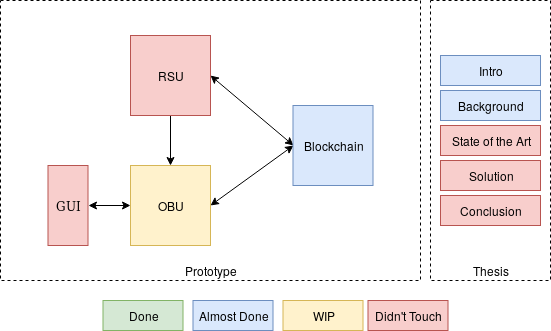
LudeeD/LudeeD.github.io keeps this draw.io diagram as Diagram.png. Above is the earlier version. Source tidied: cells renumbered, new cells last; positions are measured from the earlier drawing's top-left corner, leaving out a move shared by most shapes. Its diagram source:
```xml
<mxGraphModel>
  <root>
    <mxCell id="0" />
    <mxCell id="1" parent="0" />
    <mxCell id="2" value="Done" style="rounded=0;whiteSpace=wrap;html=1;fillColor=#d5e8d4;strokeColor=#82b366;" parent="1" vertex="1">
      <mxGeometry x="102.5" y="300" width="80" height="30" as="geometry" />
    </mxCell>
    <mxCell id="3" value="Almost Done" style="rounded=0;whiteSpace=wrap;html=1;fillColor=#dae8fc;strokeColor=#6c8ebf;" parent="1" vertex="1">
      <mxGeometry x="192.5" y="300" width="80" height="30" as="geometry" />
    </mxCell>
    <mxCell id="4" value="WIP" style="rounded=0;whiteSpace=wrap;html=1;fillColor=#fff2cc;strokeColor=#d6b656;" parent="1" vertex="1">
      <mxGeometry x="282.5" y="300" width="80" height="30" as="geometry" />
    </mxCell>
    <mxCell id="5" value="Didn't Touch" style="rounded=0;whiteSpace=wrap;html=1;fillColor=#f8cecc;strokeColor=#b85450;" parent="1" vertex="1">
      <mxGeometry x="367.5" y="300" width="80" height="30" as="geometry" />
    </mxCell>
    <mxCell id="6" value="Prototype" style="rounded=0;whiteSpace=wrap;html=1;dashed=1;verticalAlign=bottom;" parent="1" vertex="1">
      <mxGeometry width="420" height="280" as="geometry" />
    </mxCell>
    <mxCell id="7" style="edgeStyle=orthogonalEdgeStyle;rounded=0;jettySize=auto;html=1;exitX=1;exitY=0.5;exitDx=0;exitDy=0;entryX=0;entryY=0.5;entryDx=0;entryDy=0;startArrow=classic;startFill=1;" parent="1" edge="1" source="8" target="10">
      <mxGeometry relative="1" as="geometry" />
    </mxCell>
    <mxCell id="8" value="&lt;font face=&quot;Lucida Console&quot;&gt;GUI&lt;/font&gt;" style="rounded=0;whiteSpace=wrap;html=1;fillColor=#f8cecc;strokeColor=#b85450;" parent="1" vertex="1">
      <mxGeometry x="47.5" y="165" width="40" height="80" as="geometry" />
    </mxCell>
    <mxCell id="9" style="rounded=0;jettySize=auto;html=1;exitX=1;exitY=0.5;exitDx=0;exitDy=0;entryX=0;entryY=0.5;entryDx=0;entryDy=0;startArrow=classic;startFill=1;" parent="1" edge="1" source="10" target="14">
      <mxGeometry relative="1" as="geometry" />
    </mxCell>
    <mxCell id="10" value="OBU" style="rounded=0;whiteSpace=wrap;html=1;fillColor=#fff2cc;strokeColor=#d6b656;" parent="1" vertex="1">
      <mxGeometry x="130" y="165" width="80" height="80" as="geometry" />
    </mxCell>
    <mxCell id="11" style="edgeStyle=none;rounded=0;jettySize=auto;html=1;exitX=1;exitY=0.5;exitDx=0;exitDy=0;entryX=0;entryY=0.5;entryDx=0;entryDy=0;startArrow=classic;startFill=1;" parent="1" edge="1" source="13" target="14">
      <mxGeometry relative="1" as="geometry" />
    </mxCell>
    <mxCell id="12" style="edgeStyle=none;rounded=0;jettySize=auto;html=1;exitX=0.5;exitY=1;exitDx=0;exitDy=0;entryX=0.5;entryY=0;entryDx=0;entryDy=0;startArrow=none;startFill=0;" parent="1" edge="1" source="13" target="10">
      <mxGeometry relative="1" as="geometry" />
    </mxCell>
    <mxCell id="13" value="RSU" style="rounded=0;whiteSpace=wrap;html=1;fillColor=#f8cecc;strokeColor=#b85450;" parent="1" vertex="1">
      <mxGeometry x="130" y="35" width="80" height="80" as="geometry" />
    </mxCell>
    <mxCell id="14" value="Blockchain" style="rounded=0;whiteSpace=wrap;html=1;fillColor=#dae8fc;strokeColor=#6c8ebf;" parent="1" vertex="1">
      <mxGeometry x="292.5" y="105" width="80" height="80" as="geometry" />
    </mxCell>
    <mxCell id="15" value="Thesis " style="rounded=0;whiteSpace=wrap;html=1;dashed=1;verticalAlign=bottom;" parent="1" vertex="1">
      <mxGeometry x="430" width="120" height="280" as="geometry" />
    </mxCell>
    <mxCell id="16" value="Intro" style="rounded=0;whiteSpace=wrap;html=1;fillColor=#dae8fc;strokeColor=#6c8ebf;" parent="1" vertex="1">
      <mxGeometry x="440" y="55" width="100" height="30" as="geometry" />
    </mxCell>
    <mxCell id="17" value="Background" style="rounded=0;whiteSpace=wrap;html=1;fillColor=#dae8fc;strokeColor=#6c8ebf;" parent="1" vertex="1">
      <mxGeometry x="440" y="90" width="100" height="30" as="geometry" />
    </mxCell>
    <mxCell id="18" value="State of the Art" style="rounded=0;whiteSpace=wrap;html=1;fillColor=#f8cecc;strokeColor=#b85450;" parent="1" vertex="1">
      <mxGeometry x="440" y="125" width="100" height="30" as="geometry" />
    </mxCell>
    <mxCell id="19" value="Solution" style="rounded=0;whiteSpace=wrap;html=1;fillColor=#f8cecc;strokeColor=#b85450;" parent="1" vertex="1">
      <mxGeometry x="440" y="160" width="100" height="30" as="geometry" />
    </mxCell>
    <mxCell id="20" value="&lt;div&gt;Conclusion&lt;/div&gt;" style="rounded=0;whiteSpace=wrap;html=1;fillColor=#f8cecc;strokeColor=#b85450;" parent="1" vertex="1">
      <mxGeometry x="440" y="195" width="100" height="30" as="geometry" />
    </mxCell>
  </root>
</mxGraphModel>
```
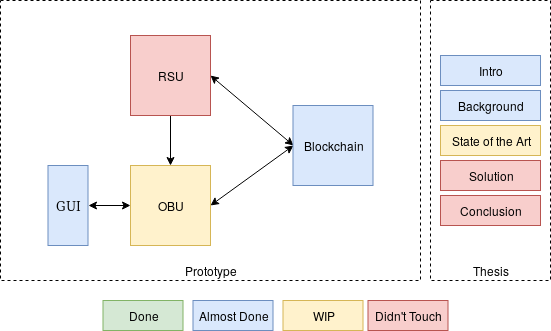
The same diagram one commit later.

Commit message:
update thesis status

Change to the diagram source:
```diff
@@ -20,7 +20,7 @@
     <mxCell id="7" style="edgeStyle=orthogonalEdgeStyle;rounded=0;jettySize=auto;html=1;exitX=1;exitY=0.5;exitDx=0;exitDy=0;entryX=0;entryY=0.5;entryDx=0;entryDy=0;startArrow=classic;startFill=1;" parent="1" edge="1" source="8" target="10">
       <mxGeometry relative="1" as="geometry" />
     </mxCell>
-    <mxCell id="8" value="&lt;font face=&quot;Lucida Console&quot;&gt;GUI&lt;/font&gt;" style="rounded=0;whiteSpace=wrap;html=1;fillColor=#f8cecc;strokeColor=#b85450;" parent="1" vertex="1">
+    <mxCell id="8" value="&lt;font face=&quot;Lucida Console&quot;&gt;GUI&lt;/font&gt;" style="rounded=0;whiteSpace=wrap;html=1;fillColor=#dae8fc;strokeColor=#6c8ebf;" parent="1" vertex="1">
       <mxGeometry x="47.5" y="165" width="40" height="80" as="geometry" />
     </mxCell>
     <mxCell id="9" style="rounded=0;jettySize=auto;html=1;exitX=1;exitY=0.5;exitDx=0;exitDy=0;entryX=0;entryY=0.5;entryDx=0;entryDy=0;startArrow=classic;startFill=1;" parent="1" edge="1" source="10" target="14">
@@ -50,7 +50,7 @@
     <mxCell id="17" value="Background" style="rounded=0;whiteSpace=wrap;html=1;fillColor=#dae8fc;strokeColor=#6c8ebf;" parent="1" vertex="1">
       <mxGeometry x="440" y="90" width="100" height="30" as="geometry" />
     </mxCell>
-    <mxCell id="18" value="State of the Art" style="rounded=0;whiteSpace=wrap;html=1;fillColor=#f8cecc;strokeColor=#b85450;" parent="1" vertex="1">
+    <mxCell id="18" value="State of the Art" style="rounded=0;whiteSpace=wrap;html=1;fillColor=#fff2cc;strokeColor=#d6b656;" parent="1" vertex="1">
       <mxGeometry x="440" y="125" width="100" height="30" as="geometry" />
     </mxCell>
     <mxCell id="19" value="Solution" style="rounded=0;whiteSpace=wrap;html=1;fillColor=#f8cecc;strokeColor=#b85450;" parent="1" vertex="1">
```
